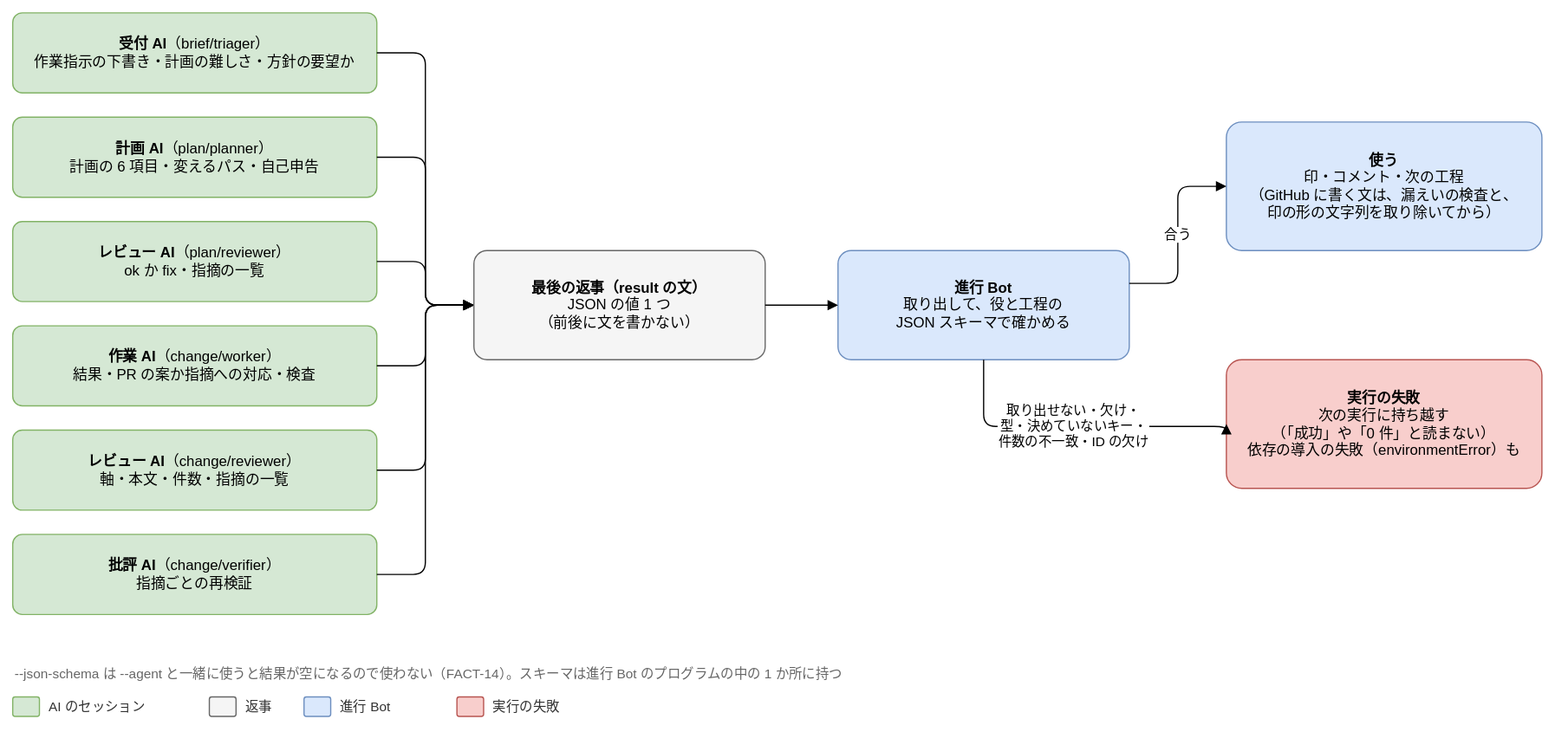
The draw.io diagram docs/design/basic/diagrams/03-output-contracts.drawio.svg in Joymerrevent/dev-autopilot, before a commit. Source tidied: cells renumbered, new cells last; positions are measured from the earlier drawing's top-left corner, leaving out a move shared by most shapes.
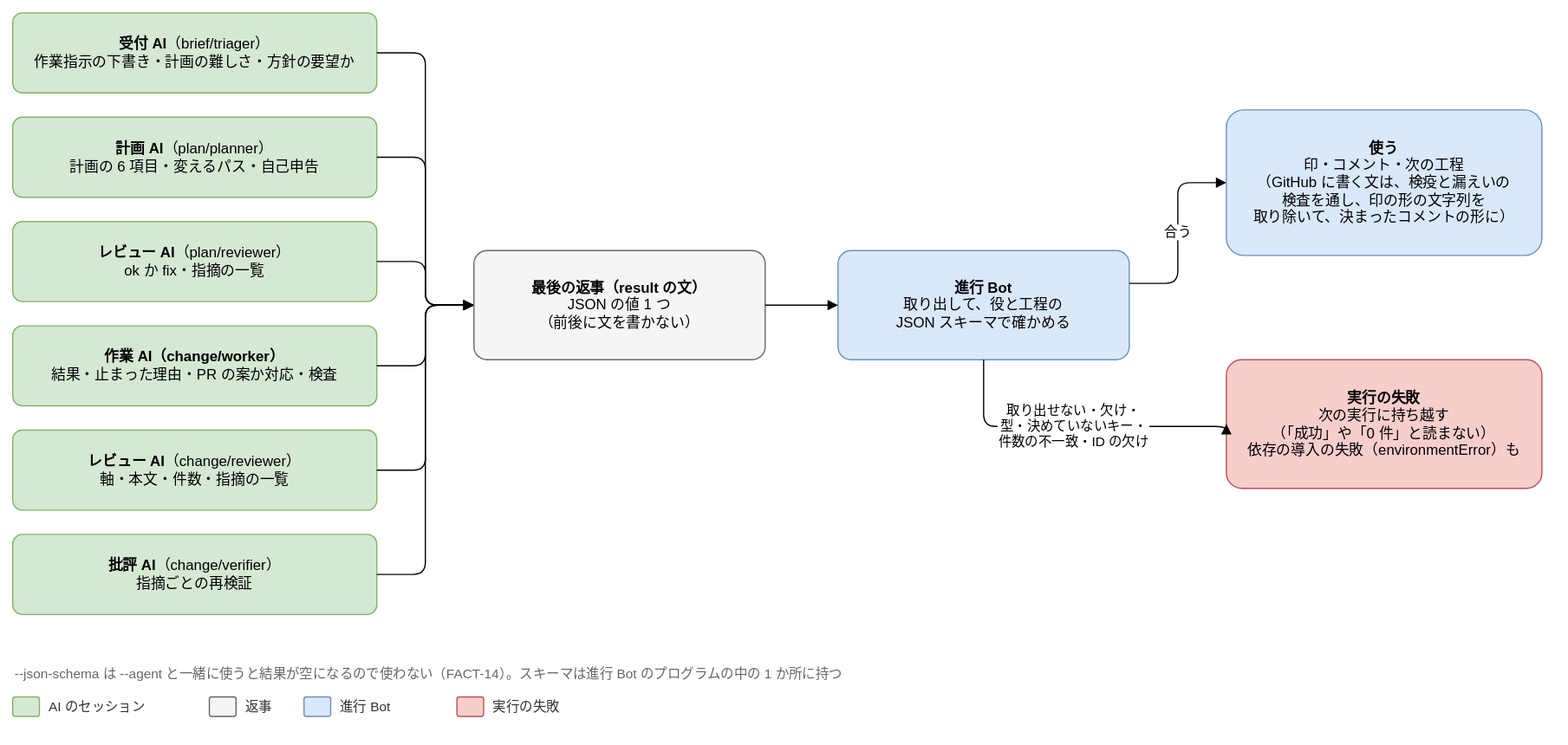
After the commit.

Diff of the diagram source:
```diff
@@ -20,7 +20,7 @@
     <mxCell id="7" style="edgeStyle=orthogonalEdgeStyle;rounded=1;html=1;endArrow=block;endFill=1;fontSize=11;labelBackgroundColor=#ffffff;exitX=1;exitY=0.5;exitDx=0;exitDy=0;entryX=0;entryY=0.5;entryDx=0;entryDy=0;" parent="1" edge="1" source="6" target="14">
       <mxGeometry relative="1" as="geometry" />
     </mxCell>
-    <mxCell id="8" value="&lt;b&gt;作業 AI&lt;/b&gt;（change/worker）&lt;br&gt;結果・PR の案か指摘への対応・検査" style="rounded=1;whiteSpace=wrap;html=1;fontSize=12;arcSize=12;spacing=12;fillColor=#d5e8d4;strokeColor=#82b366;" parent="1" vertex="1">
+    <mxCell id="8" value="&lt;b&gt;作業 AI（change/worker）&lt;/b&gt;&lt;br&gt;結果・止まった理由・PR の案か対応・検査" style="rounded=1;whiteSpace=wrap;html=1;fontSize=12;arcSize=12;spacing=12;fillColor=#d5e8d4;strokeColor=#82b366;" parent="1" vertex="1">
       <mxGeometry y="258" width="300" height="66" as="geometry" />
     </mxCell>
     <mxCell id="9" style="edgeStyle=orthogonalEdgeStyle;rounded=1;html=1;endArrow=block;endFill=1;fontSize=11;labelBackgroundColor=#ffffff;exitX=1;exitY=0.5;exitDx=0;exitDy=0;entryX=0;entryY=0.5;entryDx=0;entryDy=0;" parent="1" edge="1" source="8" target="14">
@@ -47,8 +47,8 @@
     <mxCell id="16" style="edgeStyle=orthogonalEdgeStyle;rounded=1;html=1;endArrow=block;endFill=1;fontSize=11;labelBackgroundColor=#ffffff;exitX=1;exitY=0.5;exitDx=0;exitDy=0;entryX=0;entryY=0.5;entryDx=0;entryDy=0;" parent="1" edge="1" source="14" target="15">
       <mxGeometry relative="1" as="geometry" />
     </mxCell>
-    <mxCell id="17" value="&lt;b&gt;使う&lt;/b&gt;&lt;br&gt;印・コメント・次の工程&lt;br&gt;（GitHub に書く文は、漏えいの検査と、&lt;br&gt;印の形の文字列を取り除いてから）" style="rounded=1;whiteSpace=wrap;html=1;fontSize=12;arcSize=12;spacing=12;fillColor=#dae8fc;strokeColor=#6c8ebf;" parent="1" vertex="1">
-      <mxGeometry x="1000" y="90" width="260" height="106" as="geometry" />
+    <mxCell id="17" value="&lt;b&gt;使う&lt;/b&gt;&lt;br&gt;印・コメント・次の工程&lt;br&gt;（GitHub に書く文は、検疫と漏えいの&lt;br&gt;検査を通し、印の形の文字列を&lt;br&gt;取り除いて、決まったコメントの形に）" style="rounded=1;whiteSpace=wrap;html=1;fontSize=12;arcSize=12;spacing=12;fillColor=#dae8fc;strokeColor=#6c8ebf;" parent="1" vertex="1">
+      <mxGeometry x="1000" y="80" width="260" height="120" as="geometry" />
     </mxCell>
     <mxCell id="18" value="&lt;b&gt;実行の失敗&lt;/b&gt;&lt;br&gt;次の実行に持ち越す&lt;br&gt;（「成功」や「0 件」と読まない）&lt;br&gt;依存の導入の失敗（environmentError）も" style="rounded=1;whiteSpace=wrap;html=1;fontSize=12;arcSize=12;spacing=12;fillColor=#f8cecc;strokeColor=#b85450;" parent="1" vertex="1">
       <mxGeometry x="1000" y="286" width="260" height="106" as="geometry" />
```
